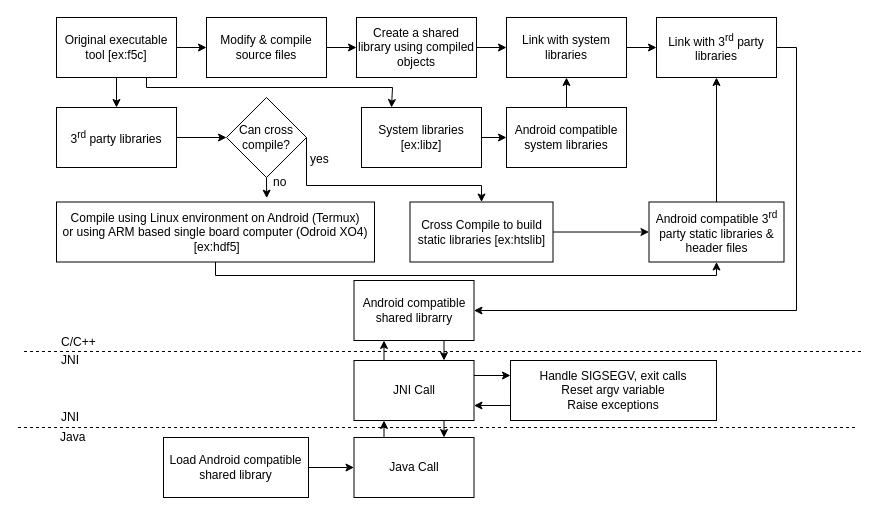
SanojPunchihewa/f5n keeps this draw.io diagram as page "Page-7" (7 of 7) of server_mobile_connection.drawio. Above is the earlier version. Source tidied: cells renumbered, new cells numbered last; positions are measured from the earlier drawing's top-left corner, leaving out a move shared by most shapes. Both pictures are drawn from the tidied source at 100%, with x=0, y=0 at pixel (17, 17).
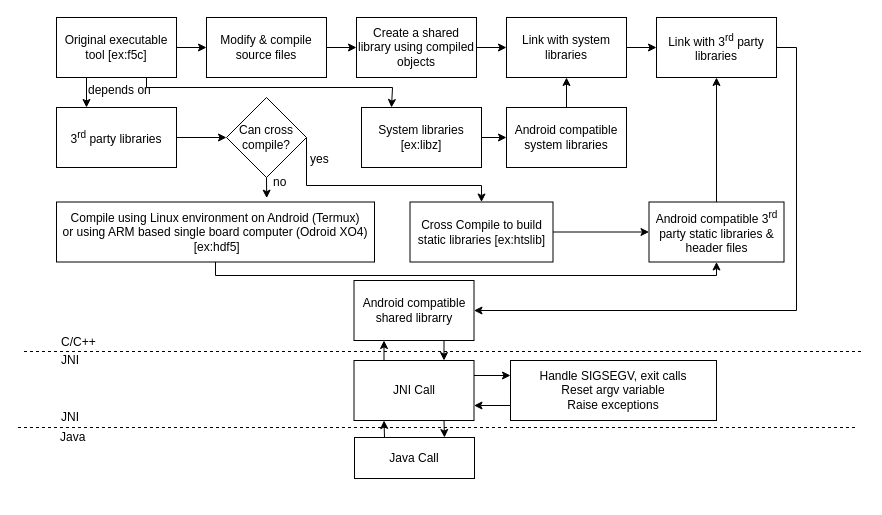
The same diagram, later.

The change refers to these unchanged cells:
```xml
<mxCell id="5" value="Original executable tool [ex:f5c]" style="rounded=0;whiteSpace=wrap;html=1;" parent="1" vertex="1">
  <mxGeometry x="39" width="120" height="60" as="geometry" />
</mxCell>
<mxCell id="7" value="3&lt;sup&gt;rd&lt;/sup&gt; party libraries" style="rounded=0;whiteSpace=wrap;html=1;" parent="1" vertex="1">
  <mxGeometry x="39" y="90" width="120" height="60" as="geometry" />
</mxCell>
```

What changed in the source:
```diff
@@
-    <mxCell id="2" style="edgeStyle=orthogonalEdgeStyle;rounded=0;jettySize=auto;html=1;exitX=0.5;exitY=1;exitDx=0;exitDy=0;entryX=0.5;entryY=0;entryDx=0;entryDy=0;" parent="1" edge="1" source="5" target="7">
-      <mxGeometry relative="1" as="geometry" />
-    </mxCell>
@@
+    <mxCell id="2" style="edgeStyle=orthogonalEdgeStyle;rounded=0;jettySize=auto;html=1;exitX=0.25;exitY=1;exitDx=0;exitDy=0;entryX=0.25;entryY=0;entryDx=0;entryDy=0;" parent="1" edge="1" source="5" target="7">
+      <mxGeometry relative="1" as="geometry" />
+    </mxCell>
@@
-    <mxCell id="36" style="edgeStyle=orthogonalEdgeStyle;rounded=0;jettySize=auto;html=1;exitX=1;exitY=0.5;exitDx=0;exitDy=0;entryX=0;entryY=0.5;entryDx=0;entryDy=0;" parent="1" edge="1" source="37" target="43">
-      <mxGeometry relative="1" as="geometry" />
-    </mxCell>
-    <mxCell id="37" value="Load Android compatible shared library" style="rounded=0;whiteSpace=wrap;html=1;" parent="1" vertex="1">
-      <mxGeometry x="146" y="420" width="145" height="60" as="geometry" />
-    </mxCell>
@@
     <mxCell id="43" value="Java Call" style="rounded=0;whiteSpace=wrap;html=1;" parent="1" vertex="1">
-      <mxGeometry x="336.5" y="420" width="120" height="60" as="geometry" />
+      <mxGeometry x="337" y="420" width="120" height="41" as="geometry" />
     </mxCell>
@@
+    <mxCell id="49" value="depends on" style="text;html=1;align=left;verticalAlign=top;spacingTop=-4;" parent="1" vertex="1">
+      <mxGeometry x="69" y="63" width="71" height="14" as="geometry" />
+    </mxCell>
```
